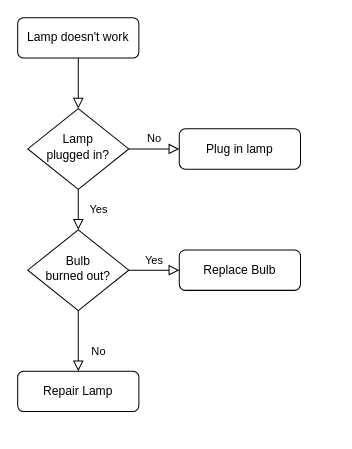
The draw.io diagram documentos/modelagem/Diagrama sem nome.drawio in ProjetosInteli/radar_inteli, before the edit. Source tidied: cells renumbered, new cells numbered last; positions are measured from the earlier drawing's top-left corner, leaving out a move shared by most shapes. Both pictures are drawn from the tidied source at 101%, with x=0, y=0 at pixel (17, 17).
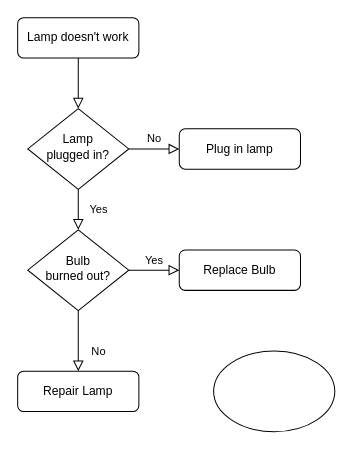
Above is the later version.

The edit, as a diff of the source:
```diff
@@
 <mxGraphModel>
   <root>
     <mxCell id="0" />
     <mxCell id="1" parent="0" />
     <mxCell id="2" style="rounded=0;html=1;jettySize=auto;fontSize=11;endArrow=block;endFill=0;endSize=8;strokeWidth=1;shadow=0;labelBackgroundColor=none;edgeStyle=orthogonalEdgeStyle;" parent="1" edge="1" source="3" target="6">
       <mxGeometry relative="1" as="geometry" />
     </mxCell>
     <mxCell id="3" value="Lamp doesn't work" style="rounded=1;whiteSpace=wrap;html=1;fontSize=12;glass=0;strokeWidth=1;shadow=0;" parent="1" vertex="1">
       <mxGeometry width="120" height="40" as="geometry" />
     </mxCell>
     <mxCell id="4" value="Yes" style="rounded=0;html=1;jettySize=auto;fontSize=11;endArrow=block;endFill=0;endSize=8;strokeWidth=1;shadow=0;labelBackgroundColor=none;edgeStyle=orthogonalEdgeStyle;" parent="1" edge="1" source="6" target="10">
       <mxGeometry y="20" relative="1" as="geometry" />
     </mxCell>
     <mxCell id="5" value="No" style="edgeStyle=orthogonalEdgeStyle;rounded=0;html=1;jettySize=auto;fontSize=11;endArrow=block;endFill=0;endSize=8;strokeWidth=1;shadow=0;labelBackgroundColor=none;" parent="1" edge="1" source="6" target="7">
       <mxGeometry y="10" relative="1" as="geometry" />
     </mxCell>
     <mxCell id="6" value="Lamp&lt;br&gt;plugged in?" style="rhombus;whiteSpace=wrap;html=1;shadow=0;fontFamily=Helvetica;fontSize=12;align=center;strokeWidth=1;spacing=6;spacingTop=-4;" parent="1" vertex="1">
       <mxGeometry x="10" y="90" width="100" height="80" as="geometry" />
     </mxCell>
     <mxCell id="7" value="Plug in lamp" style="rounded=1;whiteSpace=wrap;html=1;fontSize=12;glass=0;strokeWidth=1;shadow=0;" parent="1" vertex="1">
       <mxGeometry x="160" y="110" width="120" height="40" as="geometry" />
     </mxCell>
     <mxCell id="8" value="No" style="rounded=0;html=1;jettySize=auto;fontSize=11;endArrow=block;endFill=0;endSize=8;strokeWidth=1;shadow=0;labelBackgroundColor=none;edgeStyle=orthogonalEdgeStyle;" parent="1" edge="1" source="10" target="11">
       <mxGeometry x="0.33" y="20" relative="1" as="geometry" />
     </mxCell>
     <mxCell id="9" value="Yes" style="edgeStyle=orthogonalEdgeStyle;rounded=0;html=1;jettySize=auto;fontSize=11;endArrow=block;endFill=0;endSize=8;strokeWidth=1;shadow=0;labelBackgroundColor=none;" parent="1" edge="1" source="10" target="12">
       <mxGeometry y="10" relative="1" as="geometry" />
     </mxCell>
     <mxCell id="10" value="Bulb&lt;br&gt;burned out?" style="rhombus;whiteSpace=wrap;html=1;shadow=0;fontFamily=Helvetica;fontSize=12;align=center;strokeWidth=1;spacing=6;spacingTop=-4;" parent="1" vertex="1">
       <mxGeometry x="10" y="210" width="100" height="80" as="geometry" />
     </mxCell>
     <mxCell id="11" value="Repair Lamp" style="rounded=1;whiteSpace=wrap;html=1;fontSize=12;glass=0;strokeWidth=1;shadow=0;" parent="1" vertex="1">
       <mxGeometry y="350" width="120" height="40" as="geometry" />
     </mxCell>
     <mxCell id="12" value="Replace Bulb" style="rounded=1;whiteSpace=wrap;html=1;fontSize=12;glass=0;strokeWidth=1;shadow=0;" parent="1" vertex="1">
       <mxGeometry x="160" y="230" width="120" height="40" as="geometry" />
     </mxCell>
+    <mxCell id="13" style="ellipse;whiteSpace=wrap;html=1;" parent="1" vertex="1">
+      <mxGeometry x="194" y="330" width="120" height="80" as="geometry" />
+    </mxCell>
   </root>
 </mxGraphModel>
```
